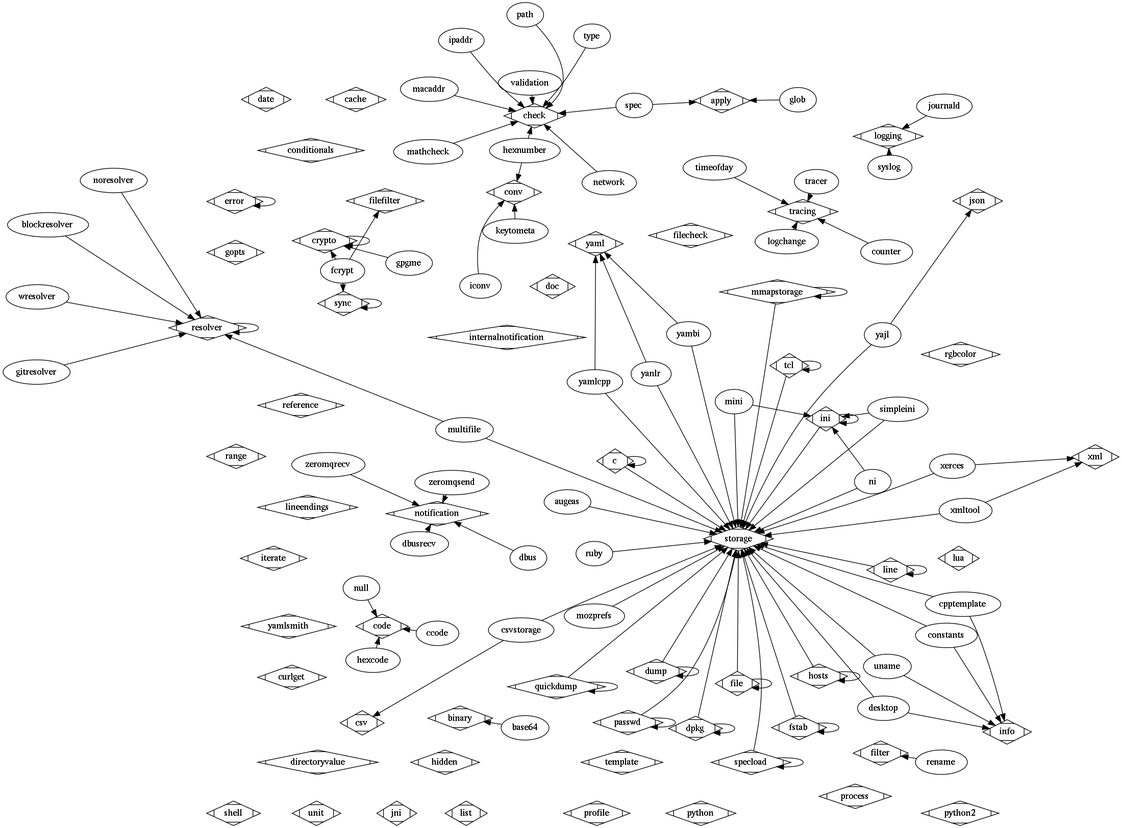
Above: doc/images/plugins.png in ElektraInitiative/libelektra (Graphviz), before the change. Its source is kept beside it as doc/images/plugins.dot.
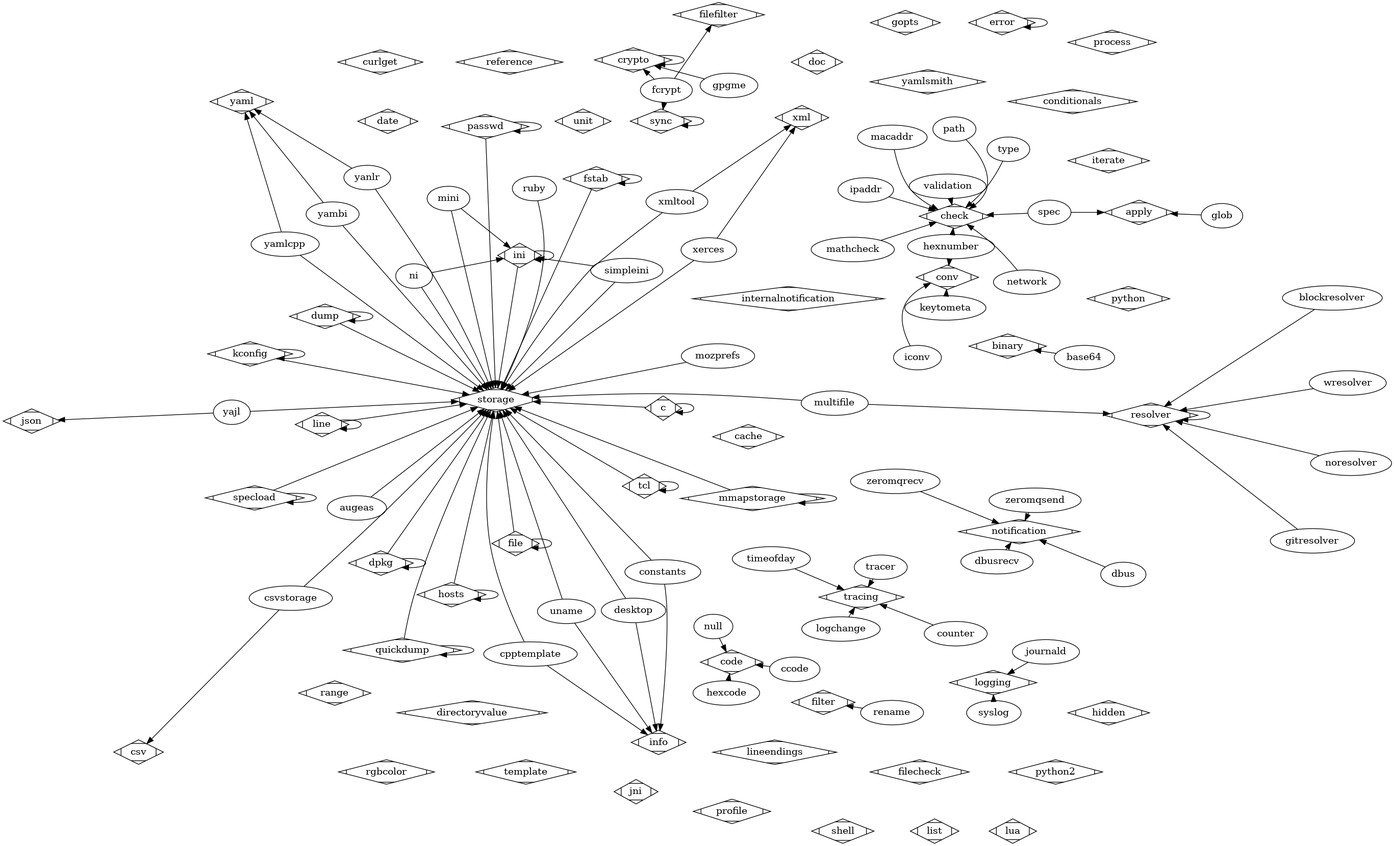
Later version of the same file.

Commit message:
doc: update/redraw plugins graph

Diff of the diagram source:
```diff
@@ -98,6 +98,10 @@
 	jni [shape=Mdiamond];
 	logging [shape=Mdiamond];
 	journald -> logging;
+	storage [shape=Mdiamond];
+	kconfig -> storage;
+	kconfig [shape=Mdiamond];
+	kconfig -> kconfig;
 	conv [shape=Mdiamond];
 	keytometa -> conv;
 	storage [shape=Mdiamond];
```
